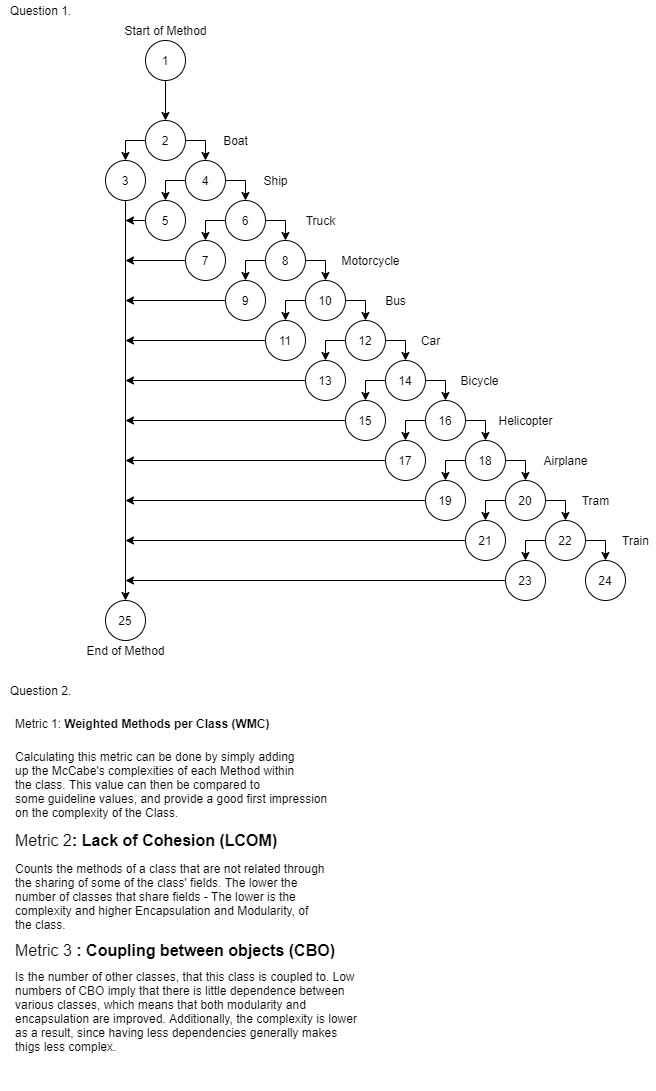
Kowalifwer/first_web keeps this draw.io diagram as vehicleControl.png. Above is the earlier version. Source tidied: cells renumbered, new cells last; positions are measured from the earlier drawing's top-left corner, leaving out a move shared by most shapes.
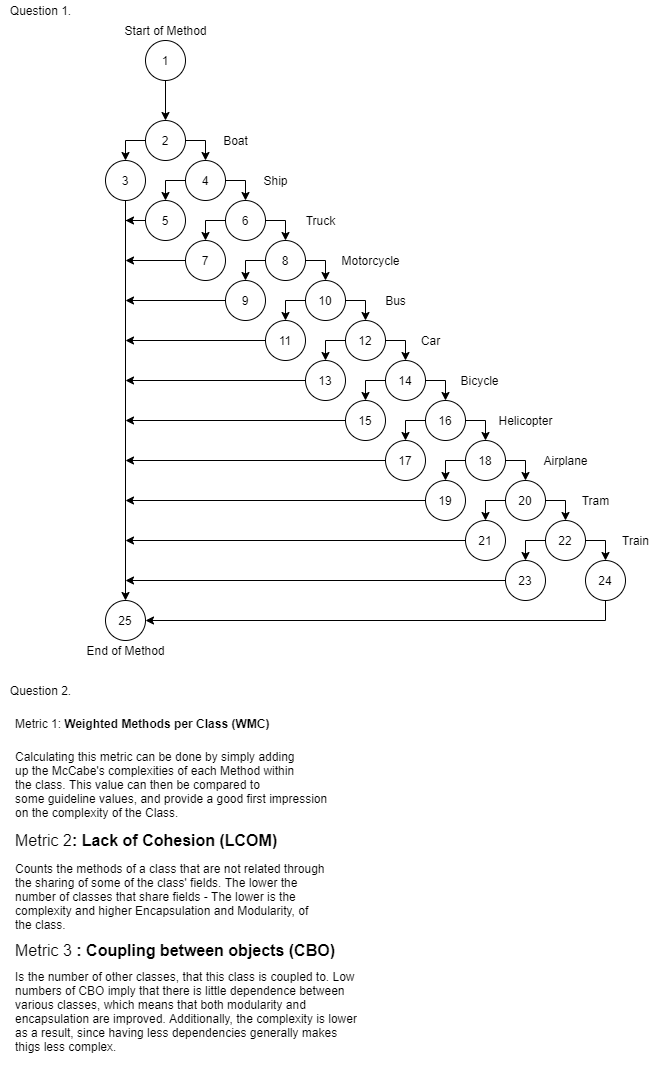
The same diagram one commit later.

Change to the diagram source:
```diff
@@ -231,6 +231,13 @@
     <mxCell id="56" value="21" style="ellipse;whiteSpace=wrap;html=1;" parent="1" vertex="1">
       <mxGeometry x="465" y="520" width="40" height="40" as="geometry" />
     </mxCell>
+    <mxCell id="80" style="edgeStyle=orthogonalEdgeStyle;rounded=0;jettySize=auto;html=1;" parent="1" edge="1" source="57" target="60">
+      <mxGeometry relative="1" as="geometry">
+        <Array as="points">
+          <mxPoint x="605" y="620" />
+        </Array>
+      </mxGeometry>
+    </mxCell>
     <mxCell id="57" value="24" style="ellipse;whiteSpace=wrap;html=1;" parent="1" vertex="1">
       <mxGeometry x="585" y="560" width="40" height="40" as="geometry" />
     </mxCell>
```
